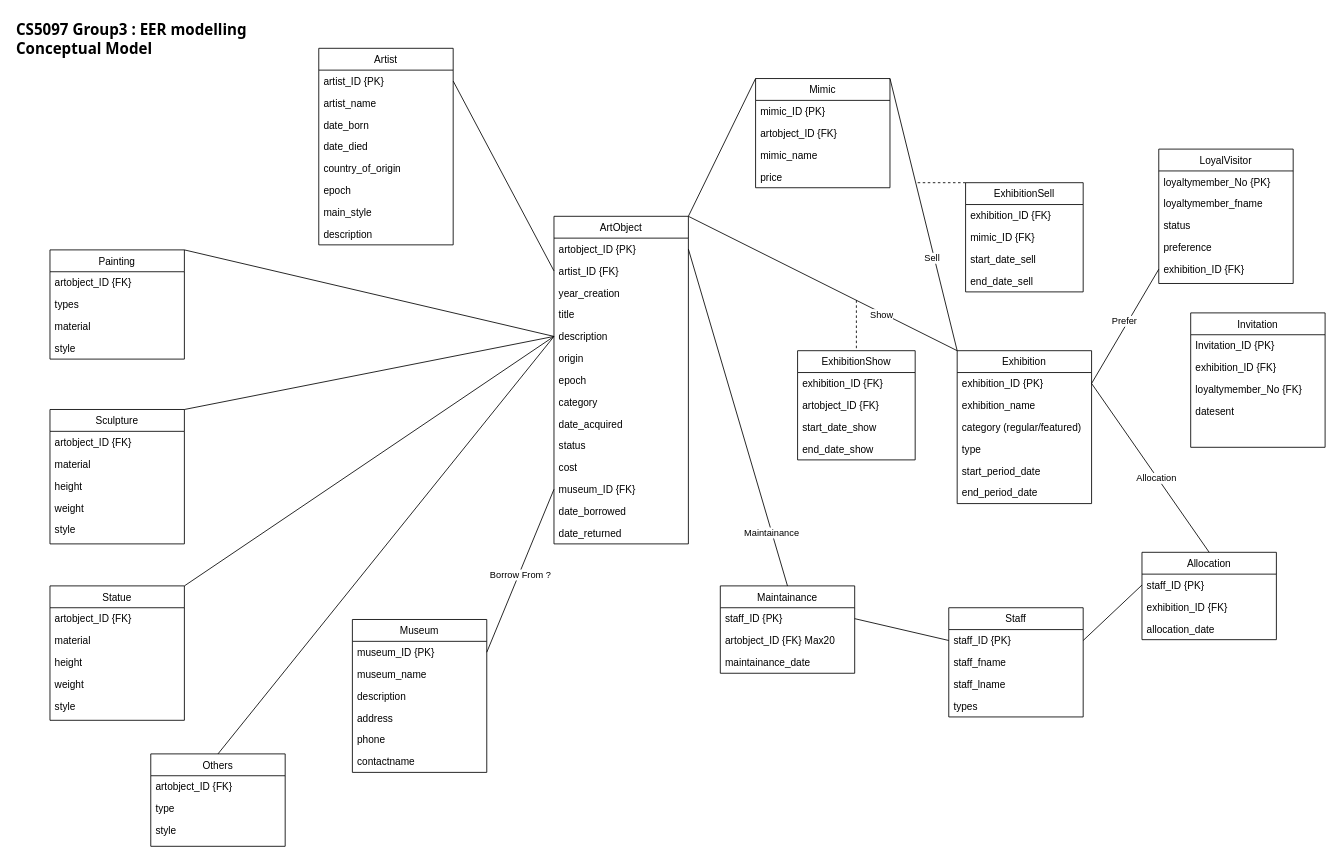
Above: Group3_EER_Conceptual-model.drawio in chanokchut/CS5097 (draw.io), before the change. Source tidied: cells renumbered, new cells numbered last; positions are measured from the earlier drawing's top-left corner, leaving out a move shared by most shapes. Both pictures are drawn from the tidied source at 84%, with x=0, y=0 at pixel (14, 14).
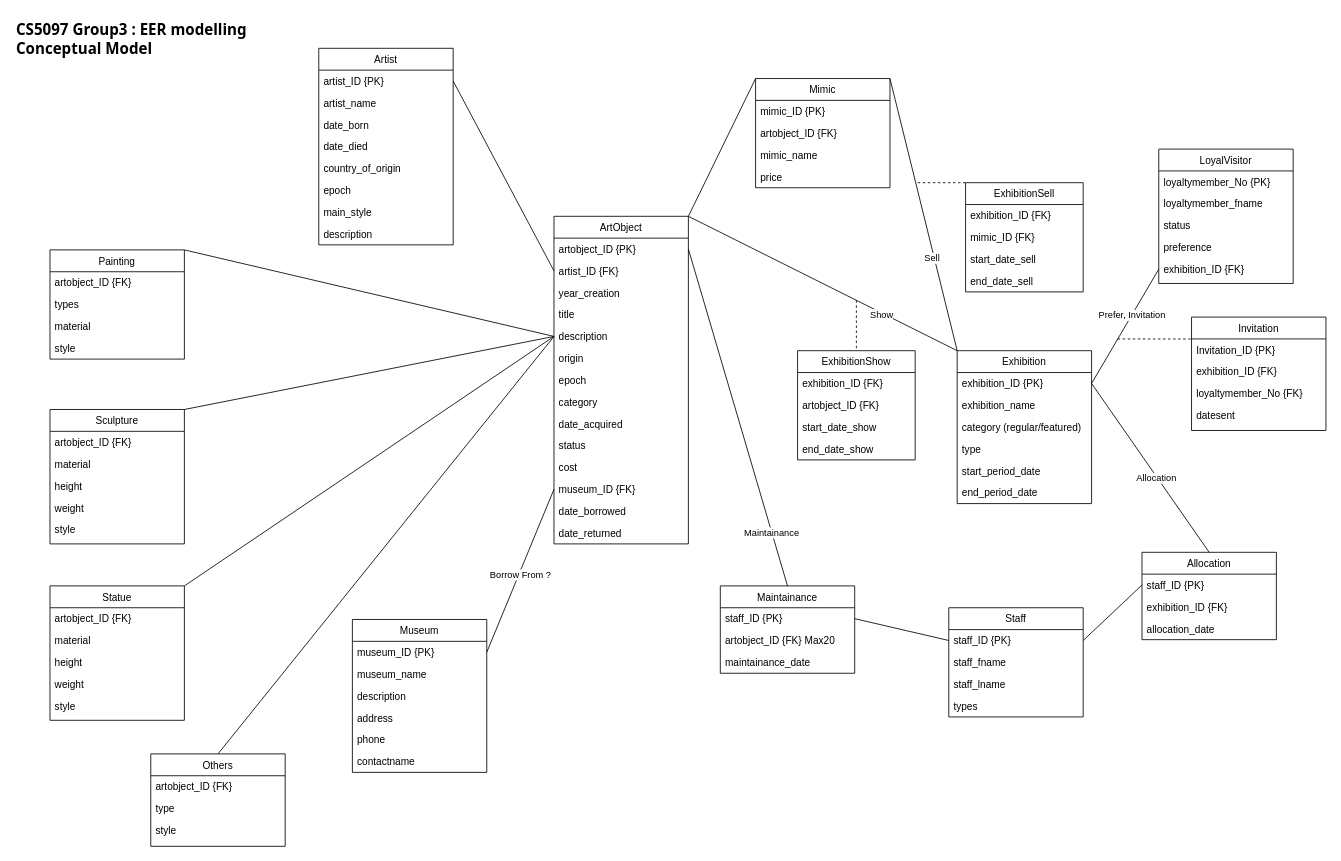
The same diagram, later.

Unchanged cells that the change refers to:
```xml
<mxCell id="115" style="endArrow=none;html=1;rounded=0;entryX=0;entryY=0.5;entryDx=0;entryDy=0;exitX=1;exitY=0.5;exitDx=0;exitDy=0;" parent="1" edge="1" source="62" target="78">
  <mxGeometry relative="1" as="geometry" />
</mxCell>
<mxCell id="119" value="Invitation_ID {PK}" style="text;align=left;verticalAlign=top;spacingLeft=4;spacingRight=4;overflow=hidden;points=[[0,0.5],[1,0.5]];portConstraint=eastwest;" parent="118" vertex="1">
  <mxGeometry y="26" width="160" height="26" as="geometry" />
</mxCell>
```

The edit, as a diff of the source:
```diff
@@
-    <mxCell id="116" value="Prefer" style="edgeLabel;html=1;align=center;verticalAlign=middle;" parent="115" vertex="1">
-      <mxGeometry x="0.07" y="5" relative="1" as="geometry" />
+    <mxCell id="116" value="Prefer, Invitation" style="edgeLabel;html=1;align=center;verticalAlign=middle;" parent="115" vertex="1">
+      <mxGeometry x="0.07" y="5" relative="1" as="geometry">
+        <mxPoint x="9" y="-7" as="offset" />
+      </mxGeometry>
     </mxCell>
@@
     <mxCell id="118" value="Invitation" style="swimlane;fontStyle=0;align=center;verticalAlign=top;horizontal=1;startSize=26;rounded=0;shadow=0;strokeWidth=1;" parent="1" vertex="1">
-      <mxGeometry x="1400" y="355" width="160" height="160" as="geometry" />
+      <mxGeometry x="1401" y="360" width="160" height="135" as="geometry" />
     </mxCell>
@@
+    <mxCell id="123" style="endArrow=none;dashed=1;html=1;rounded=0;entryX=0.003;entryY=0.003;entryDx=0;entryDy=0;entryPerimeter=0;" parent="1" edge="1" target="119">
+      <mxGeometry relative="1" as="geometry">
+        <mxPoint x="1313" y="386" as="sourcePoint" />
+      </mxGeometry>
+    </mxCell>
```
